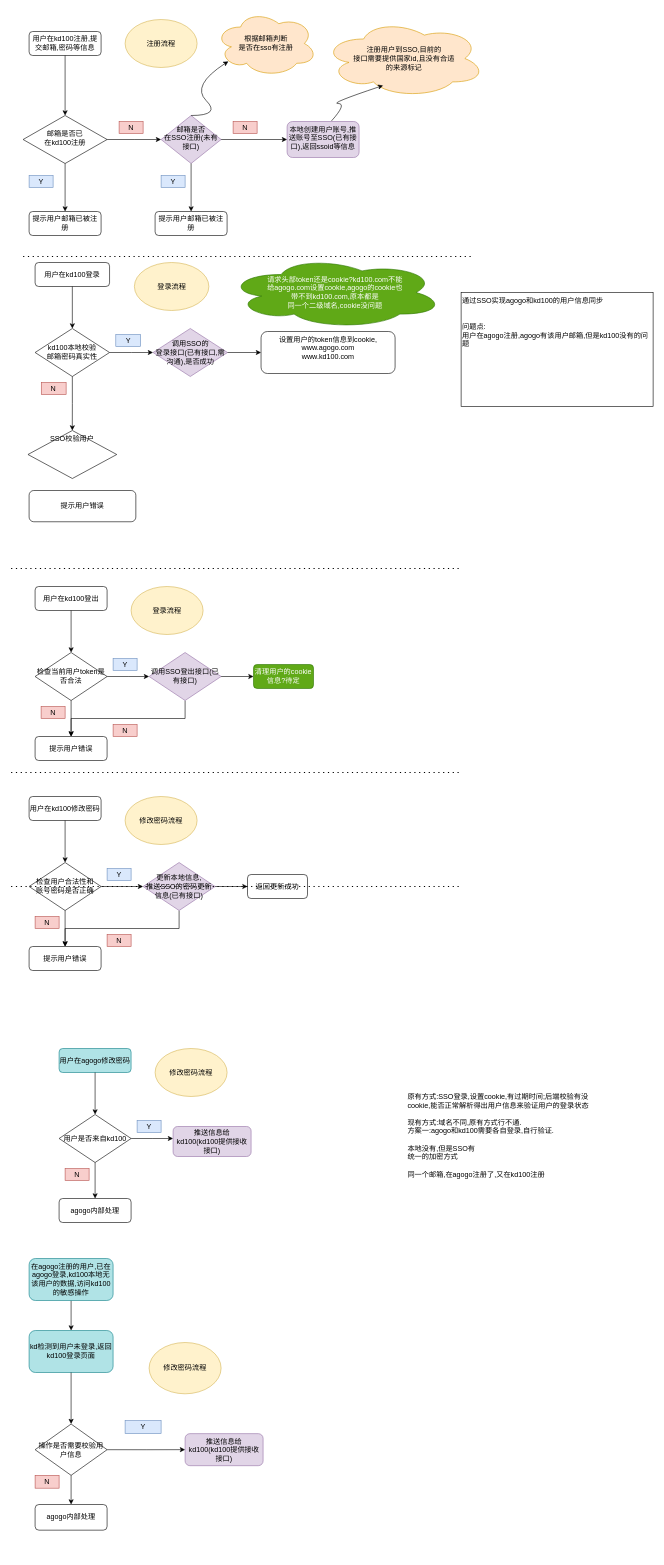
This is Untitled Diagram.drawio from KAKALZF/image, a draw.io file, before an edit. Source tidied: cells renumbered, new cells numbered last; positions are measured from the earlier drawing's top-left corner, leaving out a move shared by most shapes. Both pictures are drawn from the tidied source at 60%, with x=0, y=0 at pixel (11, 10).
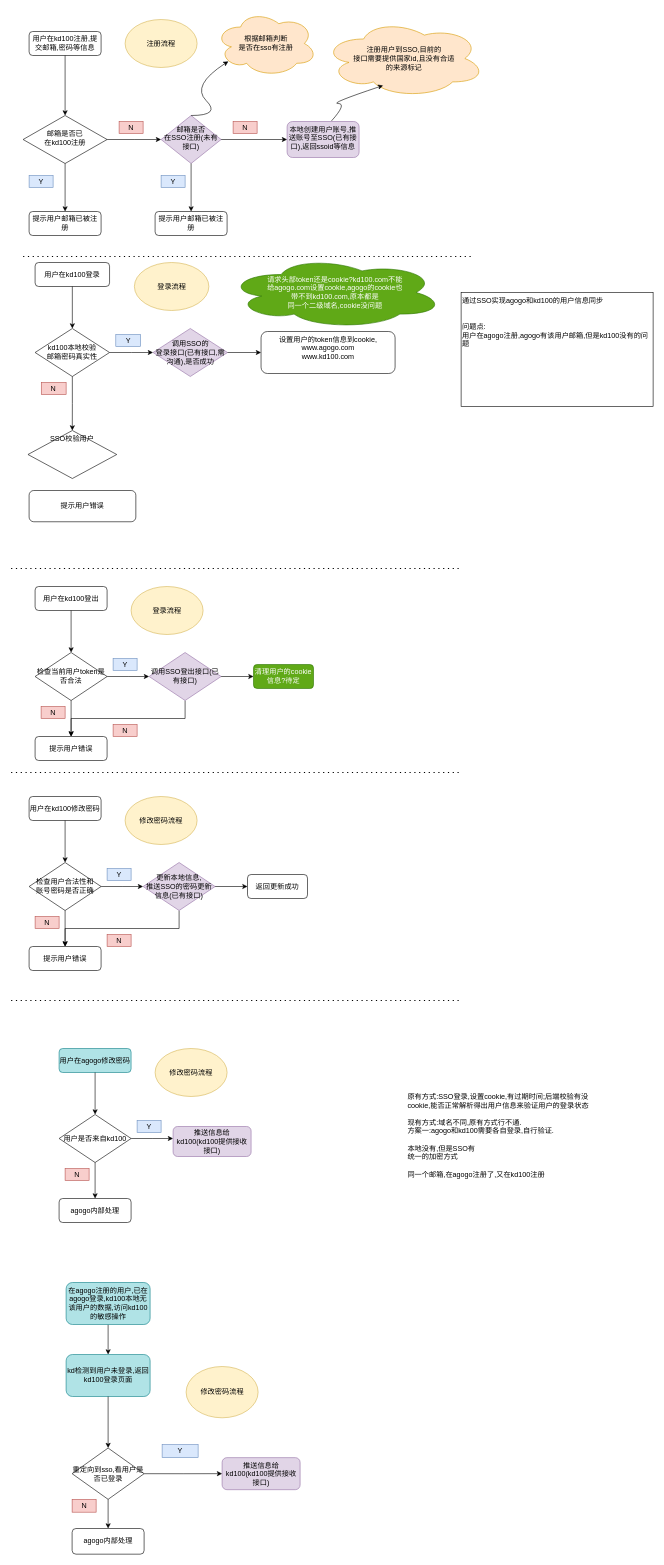
The same page after the edit.

The edit, as a diff of the source:
```diff
@@
     <mxCell id="56" style="endArrow=none;dashed=1;html=1;dashPattern=1 3;strokeWidth=2;" parent="1" edge="1">
       <mxGeometry relative="1" as="geometry">
-        <mxPoint y="1460" as="sourcePoint" />
-        <mxPoint x="750" y="1460" as="targetPoint" />
+        <mxPoint y="1650" as="sourcePoint" />
+        <mxPoint x="750" y="1650" as="targetPoint" />
       </mxGeometry>
     </mxCell>
@@
     <mxCell id="69" style="group;" parent="1" vertex="1">
-      <mxGeometry x="30" y="2080" width="390" height="452.8" as="geometry" />
+      <mxGeometry x="91.7" y="2120" width="390" height="452.8" as="geometry" />
     </mxCell>
@@
-    <mxCell id="71" value="操作是否需要校验用户信息" style="rhombus;whiteSpace=wrap;html=1;" parent="69" vertex="1">
+    <mxCell id="71" value="重定向到sso,看用户是否已登录" style="rhombus;whiteSpace=wrap;html=1;" parent="69" vertex="1">
       <mxGeometry x="10" y="275.9" width="120" height="85.5" as="geometry" />
     </mxCell>
```
